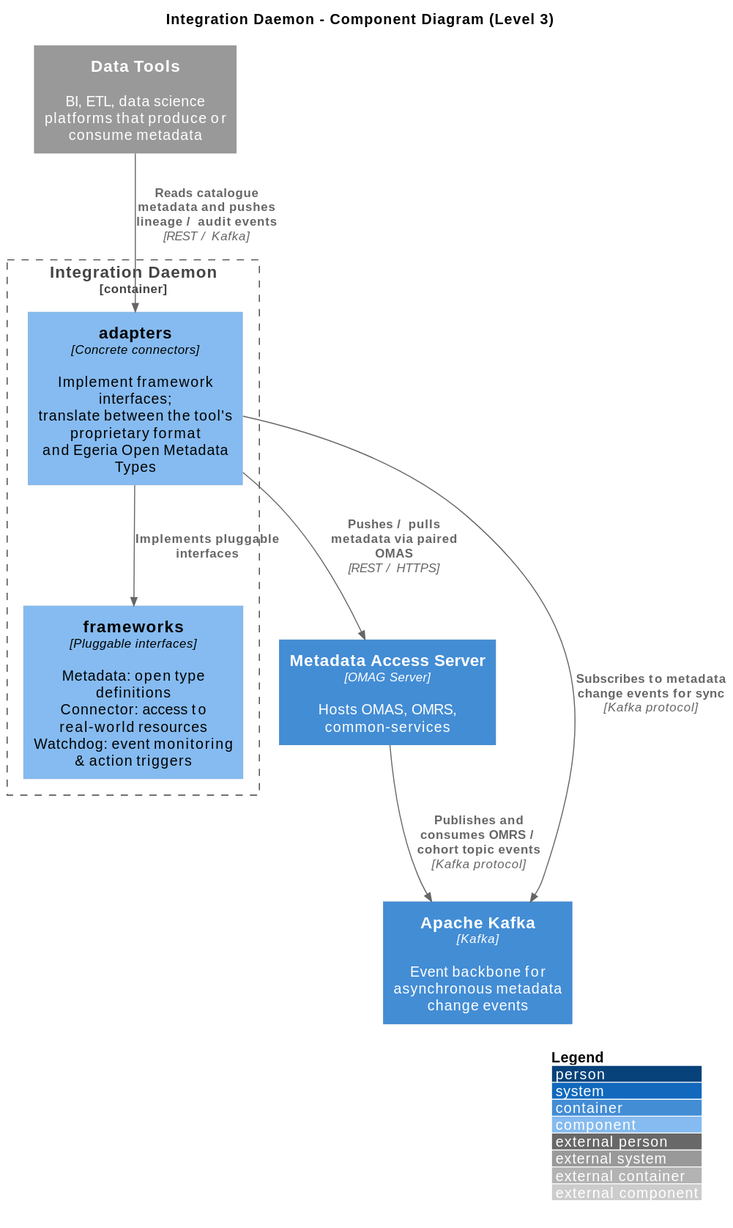
The PlantUML diagram reports/images/C4_Component_IntegrationDaemon.svg in PoliTO-SwDA-2026-Team18/project, before a commit. Source of this version:
```plantuml
@startuml
!include https://raw.githubusercontent.com/plantuml-stdlib/C4-PlantUML/master/C4_Component.puml

LAYOUT_WITH_LEGEND()

title Integration Daemon - Component Diagram (Level 3)

System_Ext(extTool, "Data Tools", "BI, ETL, data science platforms that produce or consume metadata")
Container(mas, "Metadata Access Server", "OMAG Server", "Hosts OMAS, OMRS, common-services")
Container(msgBus, "Apache Kafka", "Kafka", "Event backbone for asynchronous metadata change events")

Container_Boundary(intd, "Integration Daemon") {

    Component(frameworks, "frameworks", "Pluggable interfaces", "Metadata: open type definitions\nConnector: access to real-world resources\nWatchdog: event monitoring & action triggers")

    Component(adapters, "adapters", "Concrete connectors", "Implement framework interfaces;\ntranslate between the tool's proprietary format\nand Egeria Open Metadata Types")
}

Rel(extTool, adapters, "Reads catalogue metadata and pushes lineage / audit events", "REST / Kafka")
Rel(adapters, frameworks, "Implements pluggable interfaces")

Rel(adapters, mas, "Pushes / pulls metadata via paired OMAS", "REST / HTTPS")
Rel(mas, msgBus, "Publishes and consumes OMRS / cohort topic events", "Kafka protocol")
Rel(adapters, msgBus, "Subscribes to metadata change events for sync", "Kafka protocol")
@enduml
```
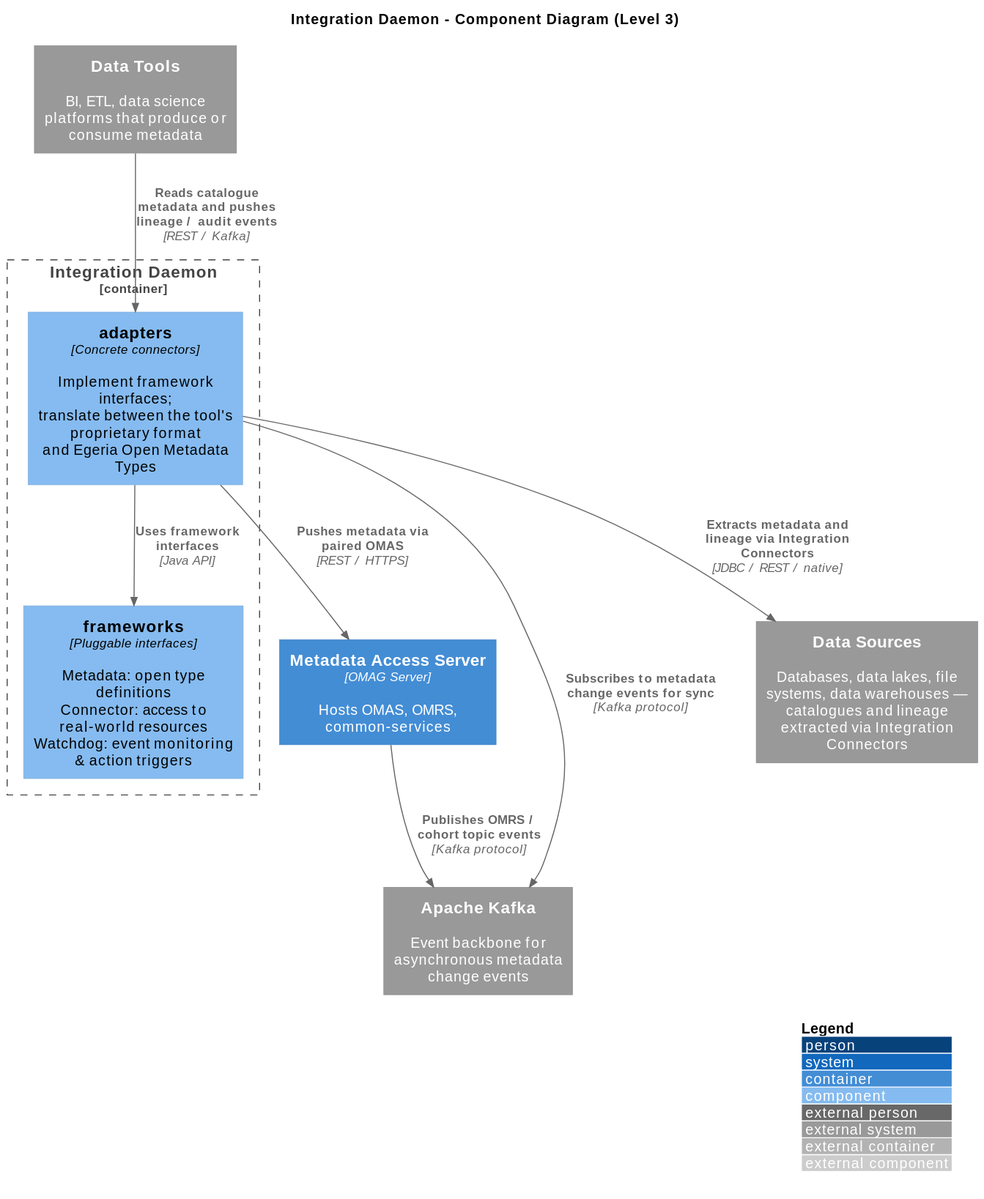
After the change.

Change to the diagram source:
```diff
@@ -7,7 +7,8 @@
 
 System_Ext(extTool, "Data Tools", "BI, ETL, data science platforms that produce or consume metadata")
 Container(mas, "Metadata Access Server", "OMAG Server", "Hosts OMAS, OMRS, common-services")
-Container(msgBus, "Apache Kafka", "Kafka", "Event backbone for asynchronous metadata change events")
+System_Ext(msgBus, "Apache Kafka","Event backbone for asynchronous metadata change events")
+System_Ext(dataSources, "Data Sources", "Databases, data lakes, file systems, data warehouses — catalogues and lineage extracted via Integration Connectors")
 
 Container_Boundary(intd, "Integration Daemon") {
 
@@ -17,9 +18,10 @@
 }
 
 Rel(extTool, adapters, "Reads catalogue metadata and pushes lineage / audit events", "REST / Kafka")
-Rel(adapters, frameworks, "Implements pluggable interfaces")
+Rel(adapters, frameworks, "Uses framework interfaces", "Java API")
 
-Rel(adapters, mas, "Pushes / pulls metadata via paired OMAS", "REST / HTTPS")
-Rel(mas, msgBus, "Publishes and consumes OMRS / cohort topic events", "Kafka protocol")
+Rel(adapters, mas, "Pushes metadata via paired OMAS", "REST / HTTPS")
+Rel(mas, msgBus, "Publishes OMRS / cohort topic events", "Kafka protocol")
 Rel(adapters, msgBus, "Subscribes to metadata change events for sync", "Kafka protocol")
+Rel(adapters, dataSources, "Extracts metadata and lineage via Integration Connectors", "JDBC / REST / native")
 @enduml
```
